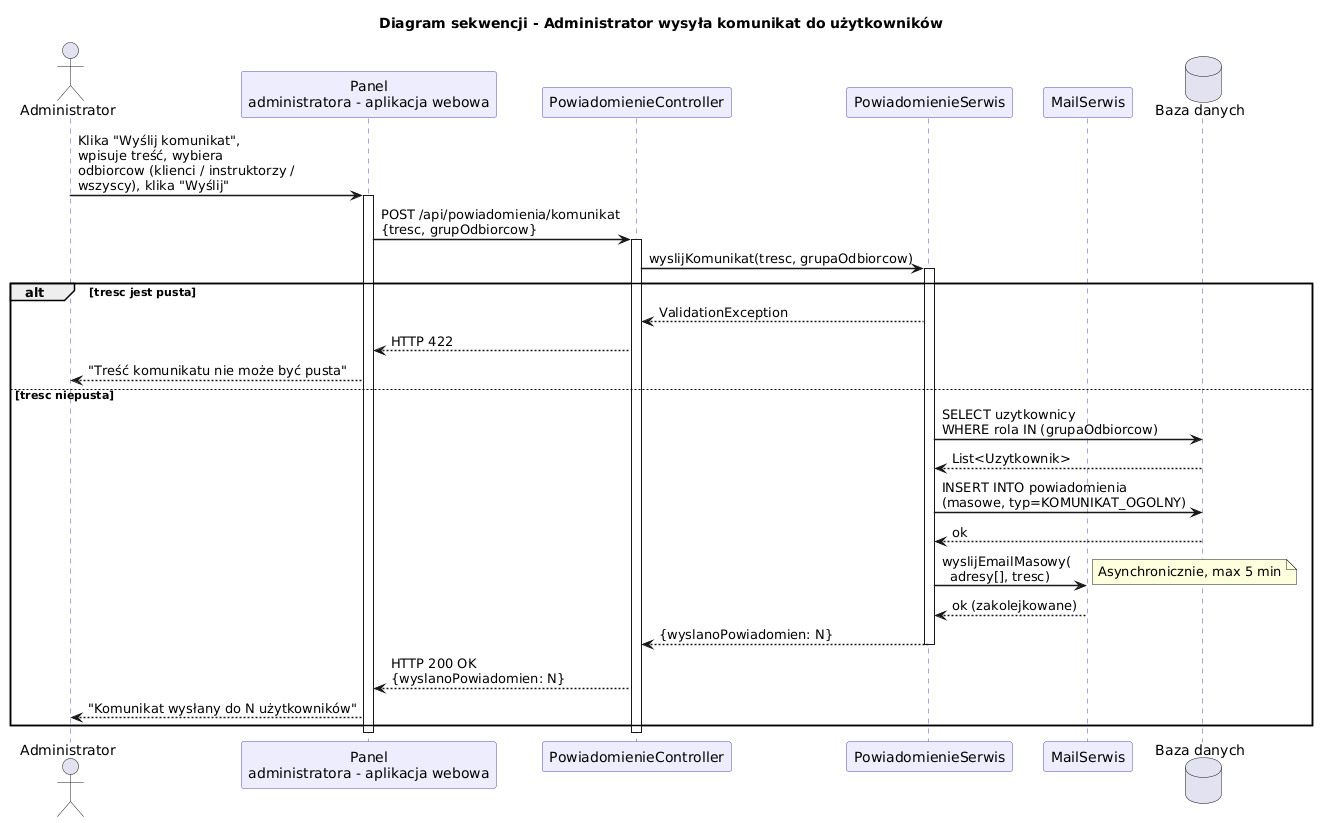
lukaszdeja/Delfinek keeps this PlantUML diagram as DiagramySekwencji/komunikatSekwencja.png. Above is the earlier version. The source it was exported from:
```plantuml
@startuml
title Diagram sekwencji - Administrator wysyła komunikat do użytkowników

skinparam sequenceArrowThickness 1.5
skinparam participantBorderColor #534AB7
skinparam participantBackgroundColor #EEEDFE
skinparam sequenceLifeLineBorderColor #534AB7

actor Administrator as A
participant "Panel\nadministratora - aplikacja webowa" as UI
participant "PowiadomienieController" as CTRL
participant "PowiadomienieSerwis" as PS
participant "MailSerwis" as MAIL
database "Baza danych" as DB

A -> UI : Klika "Wyślij komunikat",\nwpisuje treść, wybiera\nodbiorcow (klienci / instruktorzy /\nwszyscy), klika "Wyślij"
activate UI

UI -> CTRL : POST /api/powiadomienia/komunikat\n{tresc, grupOdbiorcow}
activate CTRL

CTRL -> PS : wyslijKomunikat(tresc, grupaOdbiorcow)
activate PS

alt tresc jest pusta
    PS --> CTRL : ValidationException
    CTRL --> UI : HTTP 422
    UI --> A : "Treść komunikatu nie może być pusta"
else tresc niepusta
    PS -> DB : SELECT uzytkownicy\nWHERE rola IN (grupaOdbiorcow)
    DB --> PS : List<Uzytkownik>

    PS -> DB : INSERT INTO powiadomienia\n(masowe, typ=KOMUNIKAT_OGOLNY)
    DB --> PS : ok

    PS -> MAIL : wyslijEmailMasowy(\n  adresy[], tresc)
    note right : Asynchronicznie, max 5 min
    MAIL --> PS : ok (zakolejkowane)

    PS --> CTRL : {wyslanoPowiadomien: N}
    deactivate PS

    CTRL --> UI : HTTP 200 OK\n{wyslanoPowiadomien: N}
    UI --> A : "Komunikat wysłany do N użytkowników"
end

deactivate CTRL
deactivate UI
@enduml
```
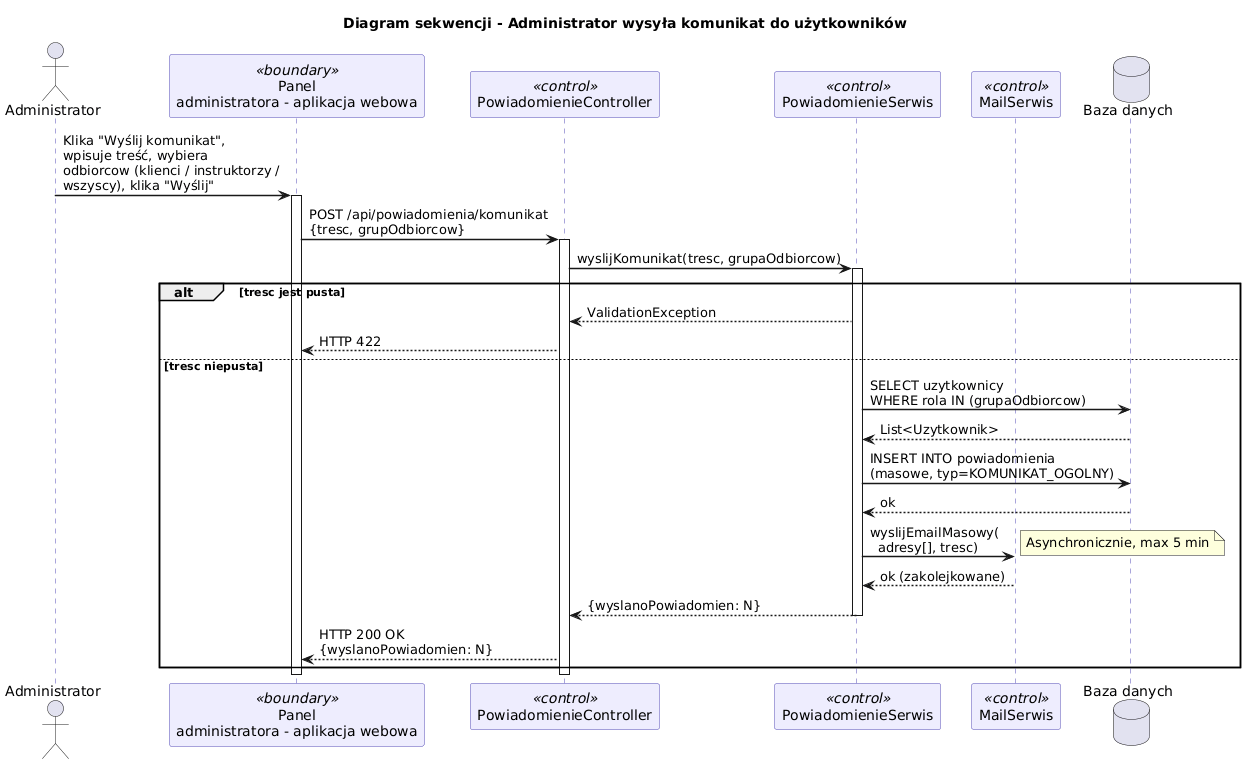
Above is the later version.

Change to the diagram source:
```diff
@@ -7,10 +7,10 @@
 skinparam sequenceLifeLineBorderColor #534AB7
 
 actor Administrator as A
-participant "Panel\nadministratora - aplikacja webowa" as UI
-participant "PowiadomienieController" as CTRL
-participant "PowiadomienieSerwis" as PS
-participant "MailSerwis" as MAIL
+participant "Panel\nadministratora - aplikacja webowa" as UI <<boundary>>
+participant "PowiadomienieController" as CTRL <<control>>
+participant "PowiadomienieSerwis" as PS <<control>>
+participant "MailSerwis" as MAIL <<control>>
 database "Baza danych" as DB
 
 A -> UI : Klika "Wyślij komunikat",\nwpisuje treść, wybiera\nodbiorcow (klienci / instruktorzy /\nwszyscy), klika "Wyślij"
@@ -25,7 +25,6 @@
 alt tresc jest pusta
     PS --> CTRL : ValidationException
     CTRL --> UI : HTTP 422
-    UI --> A : "Treść komunikatu nie może być pusta"
 else tresc niepusta
     PS -> DB : SELECT uzytkownicy\nWHERE rola IN (grupaOdbiorcow)
     DB --> PS : List<Uzytkownik>
@@ -41,7 +40,6 @@
     deactivate PS
 
     CTRL --> UI : HTTP 200 OK\n{wyslanoPowiadomien: N}
-    UI --> A : "Komunikat wysłany do N użytkowników"
 end
 
 deactivate CTRL
```
